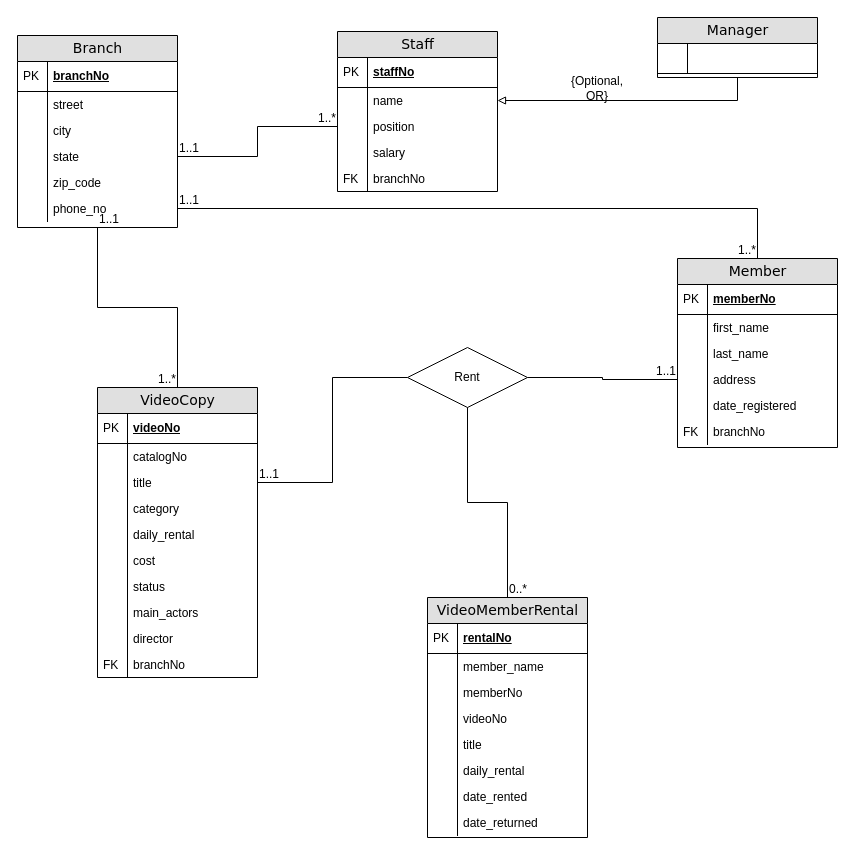
Earlier version of the draw.io diagram 6623_phase1.drawio (jilv220/UMLs). Source tidied: cells renumbered, new cells numbered last; positions are measured from the earlier drawing's top-left corner, leaving out a move shared by most shapes. Both pictures are drawn from the tidied source at 100%, with x=0, y=0 at pixel (17, 17).
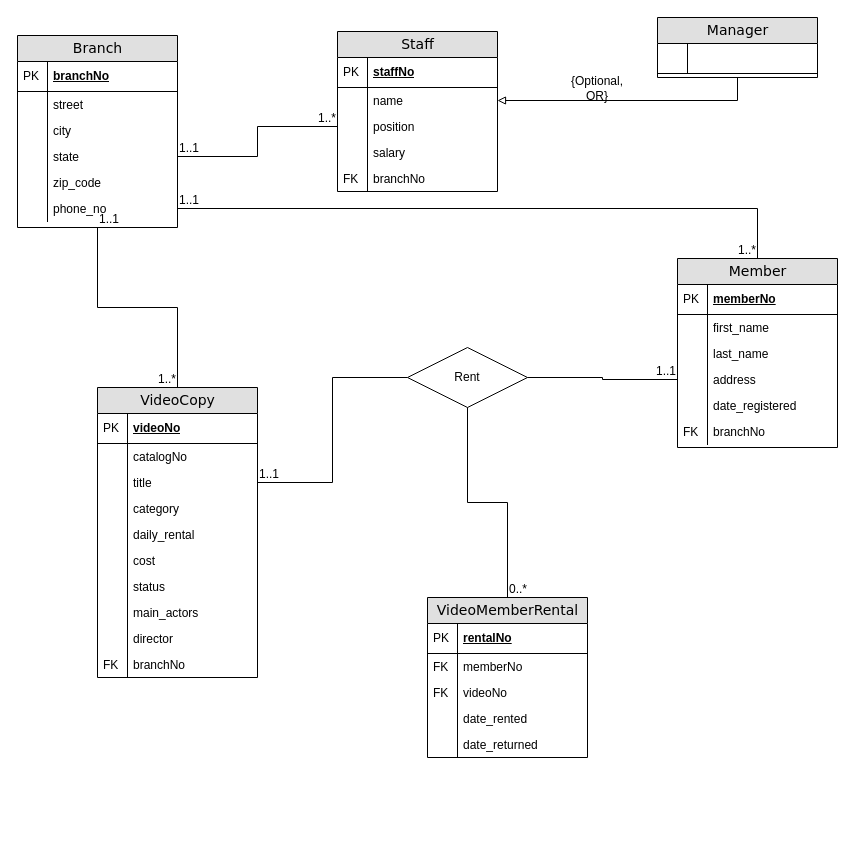
The same page after the edit.

Diff of the diagram source:
```diff
@@
     <mxCell id="69" value="VideoMemberRental" style="swimlane;html=1;fontStyle=0;horizontal=1;startSize=26;fillColor=#e0e0e0;swimlaneFillColor=#ffffff;align=center;rounded=0;shadow=0;comic=0;labelBackgroundColor=none;strokeWidth=1;fontFamily=Verdana;fontSize=14;" parent="1" vertex="1">
-      <mxGeometry x="410" y="580" width="160" height="240" as="geometry" />
+      <mxGeometry x="410" y="580" width="160" height="160" as="geometry" />
     </mxCell>
@@
-    <mxCell id="72" value="member_name" style="shape=partialRectangle;top=0;left=0;right=0;bottom=0;html=1;align=left;verticalAlign=top;fillColor=none;spacingLeft=34;spacingRight=4;whiteSpace=wrap;overflow=hidden;" parent="69" vertex="1">
-      <mxGeometry y="56" width="160" height="26" as="geometry" />
-    </mxCell>
-    <mxCell id="73" style="shape=partialRectangle;top=0;left=0;bottom=0;html=1;fillColor=none;align=left;verticalAlign=top;spacingLeft=4;spacingRight=4;whiteSpace=wrap;overflow=hidden;" parent="72" vertex="1">
-      <mxGeometry width="30" height="26" as="geometry" />
-    </mxCell>
     <mxCell id="74" value="memberNo" style="shape=partialRectangle;top=0;left=0;right=0;bottom=0;html=1;align=left;verticalAlign=top;fillColor=none;spacingLeft=34;spacingRight=4;whiteSpace=wrap;overflow=hidden;" parent="69" vertex="1">
-      <mxGeometry y="82" width="160" height="26" as="geometry" />
+      <mxGeometry y="56" width="160" height="26" as="geometry" />
     </mxCell>
-    <mxCell id="75" style="shape=partialRectangle;top=0;left=0;bottom=0;html=1;fillColor=none;align=left;verticalAlign=top;spacingLeft=4;spacingRight=4;whiteSpace=wrap;overflow=hidden;" parent="74" vertex="1">
+    <mxCell id="75" value="FK" style="shape=partialRectangle;top=0;left=0;bottom=0;html=1;fillColor=none;align=left;verticalAlign=top;spacingLeft=4;spacingRight=4;whiteSpace=wrap;overflow=hidden;" parent="74" vertex="1">
       <mxGeometry width="30" height="26" as="geometry" />
     </mxCell>
     <mxCell id="76" value="videoNo" style="shape=partialRectangle;top=0;left=0;right=0;bottom=0;html=1;align=left;verticalAlign=top;fillColor=none;spacingLeft=34;spacingRight=4;whiteSpace=wrap;overflow=hidden;" parent="69" vertex="1">
-      <mxGeometry y="108" width="160" height="26" as="geometry" />
+      <mxGeometry y="82" width="160" height="26" as="geometry" />
     </mxCell>
-    <mxCell id="77" style="shape=partialRectangle;top=0;left=0;bottom=0;html=1;fillColor=none;align=left;verticalAlign=top;spacingLeft=4;spacingRight=4;whiteSpace=wrap;overflow=hidden;" parent="76" vertex="1">
+    <mxCell id="77" value="FK" style="shape=partialRectangle;top=0;left=0;bottom=0;html=1;fillColor=none;align=left;verticalAlign=top;spacingLeft=4;spacingRight=4;whiteSpace=wrap;overflow=hidden;" parent="76" vertex="1">
       <mxGeometry width="30" height="26" as="geometry" />
     </mxCell>
-    <mxCell id="78" value="title" style="shape=partialRectangle;top=0;left=0;right=0;bottom=0;html=1;align=left;verticalAlign=top;fillColor=none;spacingLeft=34;spacingRight=4;whiteSpace=wrap;overflow=hidden;" parent="69" vertex="1">
-      <mxGeometry y="134" width="160" height="26" as="geometry" />
-    </mxCell>
-    <mxCell id="79" style="shape=partialRectangle;top=0;left=0;bottom=0;html=1;fillColor=none;align=left;verticalAlign=top;spacingLeft=4;spacingRight=4;whiteSpace=wrap;overflow=hidden;" parent="78" vertex="1">
-      <mxGeometry width="30" height="26" as="geometry" />
-    </mxCell>
-    <mxCell id="80" value="daily_rental" style="shape=partialRectangle;top=0;left=0;right=0;bottom=0;html=1;align=left;verticalAlign=top;fillColor=none;spacingLeft=34;spacingRight=4;whiteSpace=wrap;overflow=hidden;" parent="69" vertex="1">
-      <mxGeometry y="160" width="160" height="26" as="geometry" />
-    </mxCell>
-    <mxCell id="81" style="shape=partialRectangle;top=0;left=0;bottom=0;html=1;fillColor=none;align=left;verticalAlign=top;spacingLeft=4;spacingRight=4;whiteSpace=wrap;overflow=hidden;" parent="80" vertex="1">
-      <mxGeometry width="30" height="26" as="geometry" />
-    </mxCell>
     <mxCell id="82" value="date_rented" style="shape=partialRectangle;top=0;left=0;right=0;bottom=0;html=1;align=left;verticalAlign=top;fillColor=none;spacingLeft=34;spacingRight=4;whiteSpace=wrap;overflow=hidden;" parent="69" vertex="1">
-      <mxGeometry y="186" width="160" height="26" as="geometry" />
+      <mxGeometry y="108" width="160" height="26" as="geometry" />
     </mxCell>
@@
     <mxCell id="84" value="date_returned" style="shape=partialRectangle;top=0;left=0;right=0;bottom=0;html=1;align=left;verticalAlign=top;fillColor=none;spacingLeft=34;spacingRight=4;whiteSpace=wrap;overflow=hidden;" parent="69" vertex="1">
-      <mxGeometry y="212" width="160" height="26" as="geometry" />
+      <mxGeometry y="134" width="160" height="26" as="geometry" />
     </mxCell>
```
